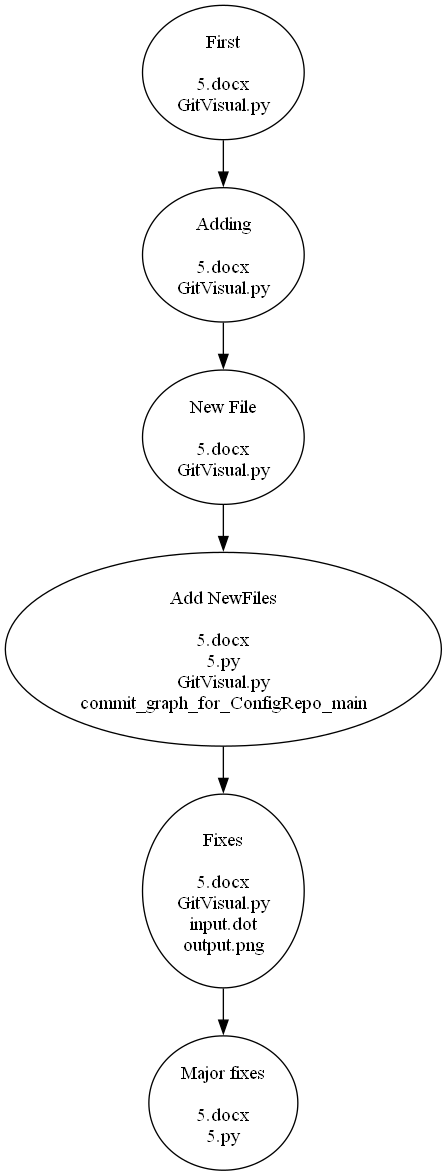
This is input.png from Peygy/ConfigRepo, a Graphviz export, as it was before one commit. Its source is kept beside it as input.dot.
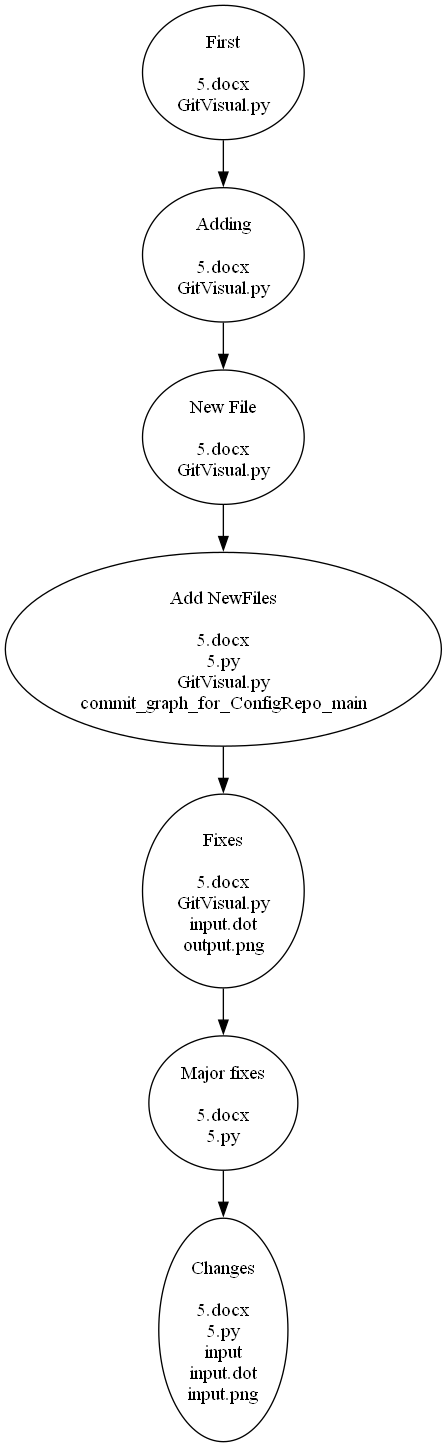
After the commit.

Change to the diagram source:
```diff
@@ -1,17 +1,17 @@
 digraph {
-	graph [bb="0,0,327.04,873.67"];
+	graph [bb="0,0,327.04,1077.3"];
 	node [label="\N"];
 	"First
 
 5.docx
 GitVisual.py"	[height=1.3995,
-		pos="163.52,823.29",
+		pos="163.52,1026.9",
 		width=1.6843];
 	"Adding
 
 5.docx
 GitVisual.py"	[height=1.3995,
-		pos="163.52,686.53",
+		pos="163.52,890.11",
 		width=1.6843];
 	"First
 
@@ -19,12 +19,12 @@
 GitVisual.py" -> "Adding
 
 5.docx
-GitVisual.py"	[pos="e,163.52,737.12 163.52,772.49 163.52,764.64 163.52,756.45 163.52,748.39"];
+GitVisual.py"	[pos="e,163.52,940.71 163.52,976.08 163.52,968.23 163.52,960.04 163.52,951.97"];
 	"New File
 
 5.docx
 GitVisual.py"	[height=1.3995,
-		pos="163.52,549.76",
+		pos="163.52,753.35",
 		width=1.6843];
 	"Adding
 
@@ -32,14 +32,14 @@
 GitVisual.py" -> "New File
 
 5.docx
-GitVisual.py"	[pos="e,163.52,600.36 163.52,635.73 163.52,627.88 163.52,619.69 163.52,611.63"];
+GitVisual.py"	[pos="e,163.52,803.94 163.52,839.31 163.52,831.47 163.52,823.28 163.52,815.21"];
 	"Add NewFiles
 
 5.docx
 5.py
 GitVisual.py
 commit_graph_for_ConfigRepo_main"	[height=2.0182,
-		pos="163.52,390.73",
+		pos="163.52,594.31",
 		width=4.5422];
 	"New File
 
@@ -49,14 +49,14 @@
 5.docx
 5.py
 GitVisual.py
-commit_graph_for_ConfigRepo_main"	[pos="e,163.52,463.75 163.52,499.08 163.52,491.44 163.52,483.39 163.52,475.26"];
+commit_graph_for_ConfigRepo_main"	[pos="e,163.52,667.34 163.52,702.66 163.52,695.03 163.52,686.97 163.52,678.84"];
 	"Fixes
 
 5.docx
 GitVisual.py
 input.dot
 output.png"	[height=2.0182,
-		pos="163.52,209.42",
+		pos="163.52,413",
 		width=1.6843];
 	"Add NewFiles
 
@@ -68,12 +68,12 @@
 5.docx
 GitVisual.py
 input.dot
-output.png"	[pos="e,163.52,282.33 163.52,317.83 163.52,309.88 163.52,301.74 163.52,293.67"];
+output.png"	[pos="e,163.52,485.92 163.52,521.41 163.52,513.47 163.52,505.33 163.52,497.25"];
 	"Major fixes
 
 5.docx
 5.py"	[height=1.3995,
-		pos="163.52,50.381",
+		pos="163.52,253.97",
 		width=1.5517];
 	"Fixes
 
@@ -83,5 +83,24 @@
 output.png" -> "Major fixes
 
 5.docx
-5.py"	[pos="e,163.52,101.05 163.52,136.33 163.52,128.32 163.52,120.21 163.52,112.35"];
+5.py"	[pos="e,163.52,304.63 163.52,339.92 163.52,331.9 163.52,323.79 163.52,315.93"];
+	"Changes
+
+5.docx
+5.py
+input
+input.dot
+input.png"	[height=2.3276,
+		pos="163.52,83.792",
+		width=1.3455];
+	"Major fixes
+
+5.docx
+5.py" -> "Changes
+
+5.docx
+5.py
+input
+input.dot
+input.png"	[pos="e,163.52,168.06 163.52,203.42 163.52,195.76 163.52,187.63 163.52,179.37"];
 }
```
